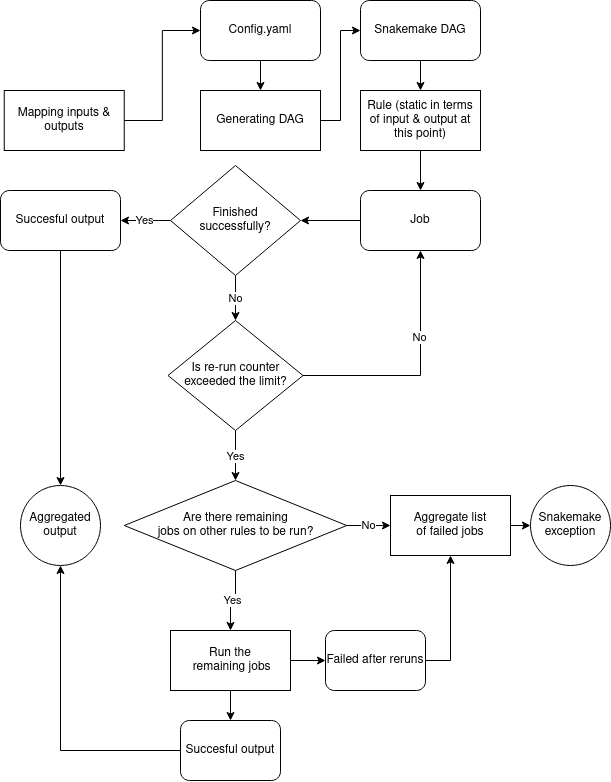
NMRL/Ardetype keeps this draw.io diagram as notes/architect.drawio.png. Above is the earlier version. Source tidied: cells renumbered, new cells last; positions are measured from the earlier drawing's top-left corner, leaving out a move shared by most shapes.
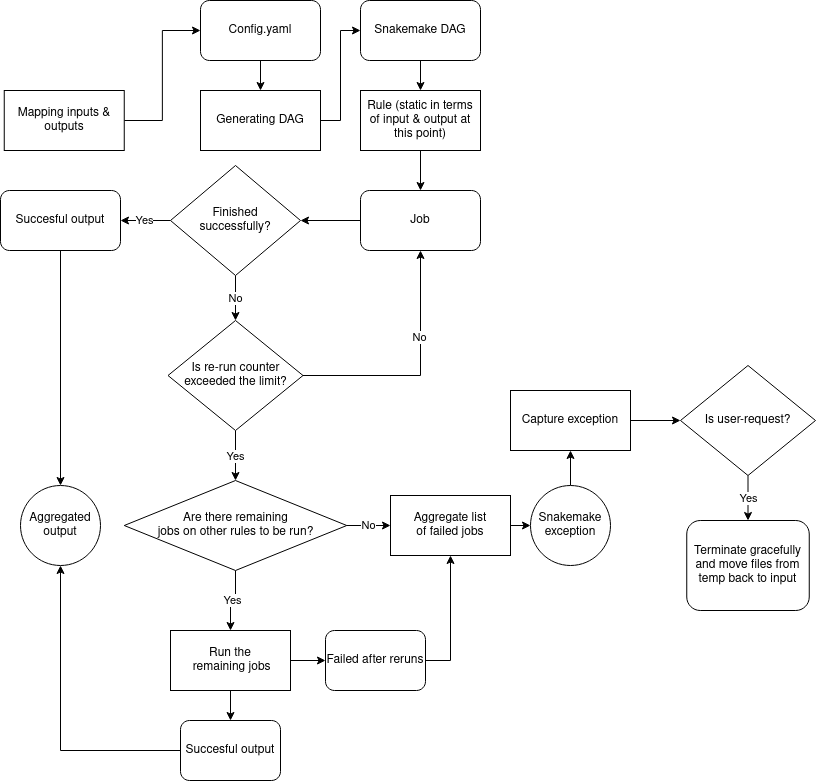
The same diagram one commit later.

Change to the diagram source:
```diff
@@ -103,11 +103,29 @@
     <mxCell id="34" value="&lt;div&gt;Aggregate list &lt;br&gt;&lt;/div&gt;&lt;div&gt;of failed jobs&lt;/div&gt;" style="rounded=0;whiteSpace=wrap;html=1;" parent="1" vertex="1">
       <mxGeometry x="390" y="495" width="120" height="60" as="geometry" />
     </mxCell>
+    <mxCell id="37" style="edgeStyle=orthogonalEdgeStyle;rounded=0;jettySize=auto;html=1;exitX=0.5;exitY=0;exitDx=0;exitDy=0;entryX=0.5;entryY=1;entryDx=0;entryDy=0;" parent="1" edge="1" source="35" target="39">
+      <mxGeometry relative="1" as="geometry" />
+    </mxCell>
     <mxCell id="35" value="&lt;div&gt;Snakemake&lt;/div&gt;&lt;div&gt;exception&lt;br&gt;&lt;/div&gt;" style="ellipse;whiteSpace=wrap;html=1;" parent="1" vertex="1">
       <mxGeometry x="530" y="485" width="80" height="80" as="geometry" />
     </mxCell>
     <mxCell id="36" value="Aggregated&lt;br&gt;output" style="ellipse;whiteSpace=wrap;html=1;" parent="1" vertex="1">
       <mxGeometry x="20" y="485" width="80" height="80" as="geometry" />
     </mxCell>
+    <mxCell id="38" style="edgeStyle=orthogonalEdgeStyle;rounded=0;jettySize=auto;html=1;exitX=1;exitY=0.5;exitDx=0;exitDy=0;entryX=0;entryY=0.5;entryDx=0;entryDy=0;" parent="1" edge="1" source="39" target="41">
+      <mxGeometry relative="1" as="geometry" />
+    </mxCell>
+    <mxCell id="39" value="Capture exception" style="rounded=0;whiteSpace=wrap;html=1;" parent="1" vertex="1">
+      <mxGeometry x="510" y="390" width="120" height="60" as="geometry" />
+    </mxCell>
+    <mxCell id="40" value="&lt;div&gt;Yes&lt;/div&gt;" style="edgeStyle=orthogonalEdgeStyle;rounded=0;jettySize=auto;html=1;exitX=0.5;exitY=1;exitDx=0;exitDy=0;entryX=0.5;entryY=0;entryDx=0;entryDy=0;" parent="1" edge="1" source="41" target="42">
+      <mxGeometry relative="1" as="geometry" />
+    </mxCell>
+    <mxCell id="41" value="Is user-request?" style="rhombus;whiteSpace=wrap;html=1;" parent="1" vertex="1">
+      <mxGeometry x="680" y="365" width="135" height="110" as="geometry" />
+    </mxCell>
+    <mxCell id="42" value="Terminate gracefully and move files from temp back to input" style="rounded=1;whiteSpace=wrap;html=1;" parent="1" vertex="1">
+      <mxGeometry x="686.2" y="520" width="122.5" height="90" as="geometry" />
+    </mxCell>
   </root>
 </mxGraphModel>
```
